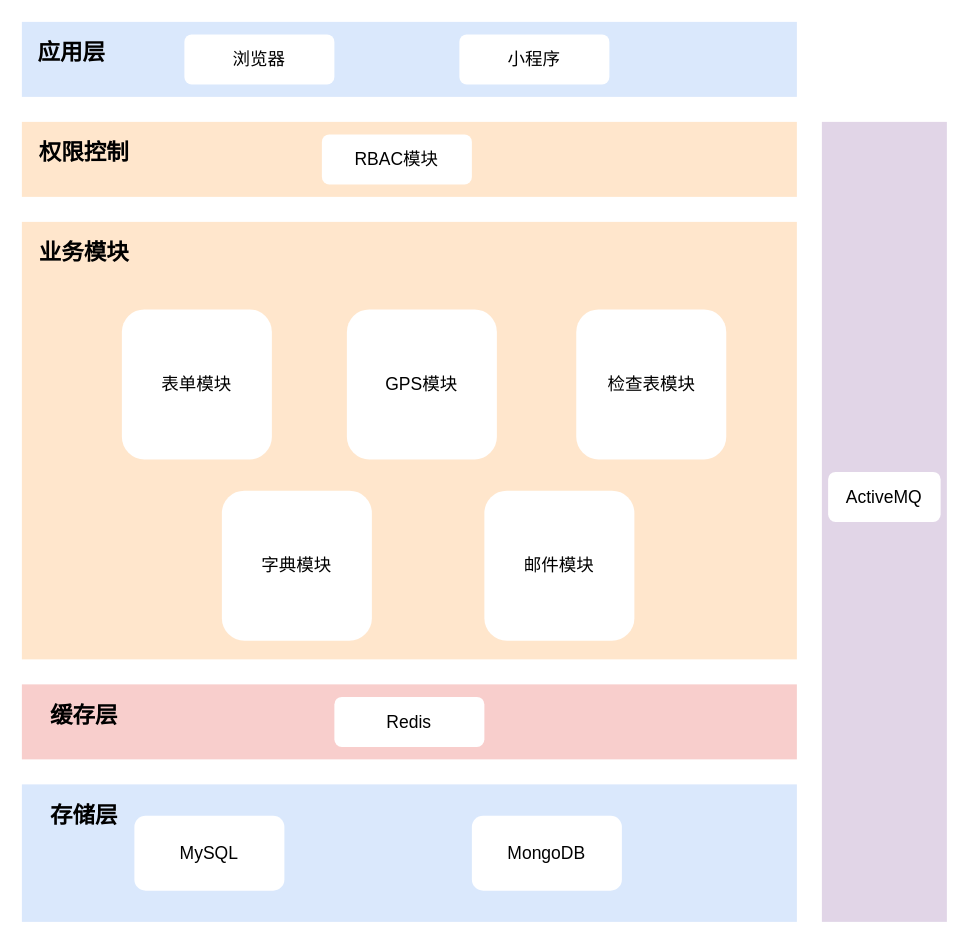
Above: E6丰豪配送技术架构.drawio in FrankKirin/PM_works (draw.io), before the change. Source tidied: cells renumbered, new cells numbered last; positions are measured from the earlier drawing's top-left corner, leaving out a move shared by most shapes. Both pictures are drawn from the tidied source at 125%, with x=0, y=0 at pixel (21, 21).
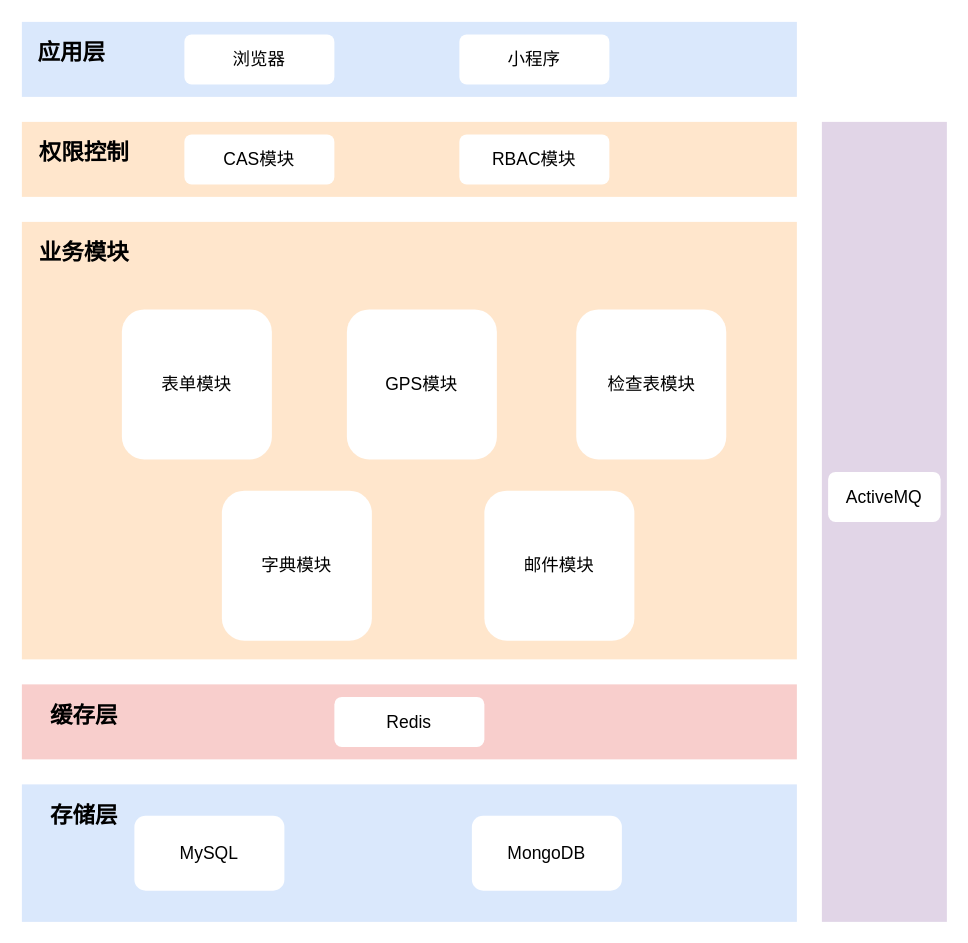
The same page after the edit.

Commit message:
Update E6丰豪配送技术架构.drawio

Diff of the diagram source:
```diff
@@
-    <mxCell id="23" value="RBAC模块" style="rounded=1;whiteSpace=wrap;html=1;fontSize=14;strokeColor=none;" parent="1" vertex="1">
-      <mxGeometry x="240" y="90" width="120" height="40" as="geometry" />
+    <mxCell id="23" value="CAS模块" style="rounded=1;whiteSpace=wrap;html=1;fontSize=14;strokeColor=none;" parent="1" vertex="1">
+      <mxGeometry x="130" y="90" width="120" height="40" as="geometry" />
     </mxCell>
@@
+    <mxCell id="25" value="RBAC模块" style="rounded=1;whiteSpace=wrap;html=1;fontSize=14;strokeColor=none;" parent="1" vertex="1">
+      <mxGeometry x="350" y="90" width="120" height="40" as="geometry" />
+    </mxCell>
```
